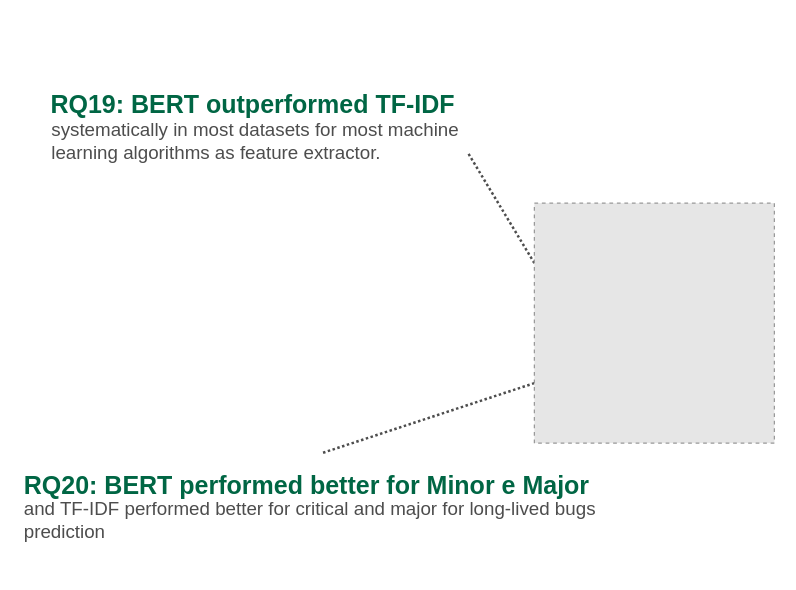
Earlier version of the draw.io diagram page "goal-3-research-results" (15 of 20) of figures/Presentation Figures.drawio (gomesluiz/my-doctoral-presentation). Source tidied: cells renumbered, new cells numbered last; positions are measured from the earlier drawing's top-left corner, leaving out a move shared by most shapes. Both pictures are drawn from the tidied source at 125%, with x=0, y=0 at pixel (21, 78). Pictures stored in the file or linked from it are replaced by grey dashed boxes.
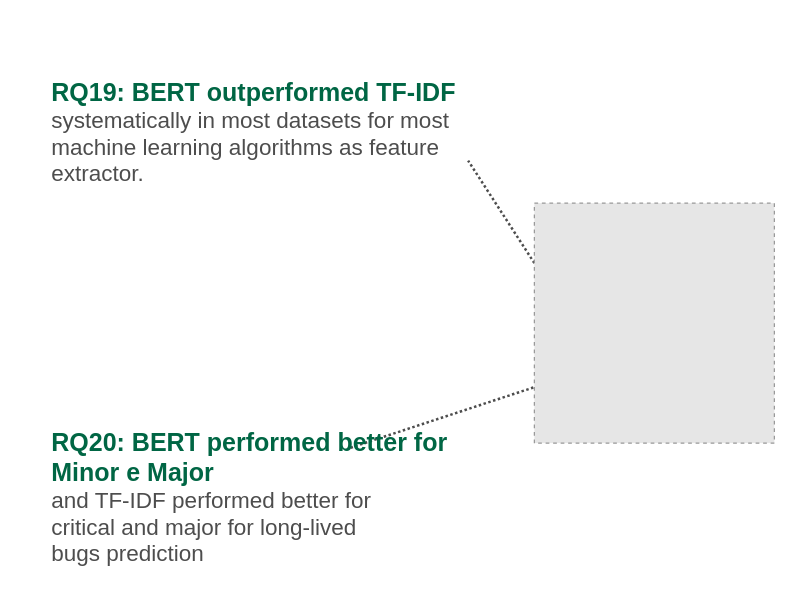
The same diagram, later.

The edit, as a diff of the source:
```diff
@@
 <mxGraphModel>
   <root>
     <mxCell id="0" />
     <mxCell id="1" parent="0" />
-    <mxCell id="2" value="&lt;font size=&quot;1&quot;&gt;&lt;b style=&quot;font-size: 20px&quot;&gt;RQ19: BERT outperformed TF-IDF&lt;/b&gt;&lt;/font&gt;" style="text;html=1;strokeColor=none;fillColor=none;align=center;verticalAlign=middle;whiteSpace=wrap;rounded=0;fontSize=69;fontColor=#006644;" parent="1" vertex="1">
-      <mxGeometry x="20" width="330" height="10" as="geometry" />
+    <mxCell id="2" value="&lt;font size=&quot;1&quot;&gt;&lt;b style=&quot;font-size: 20px&quot;&gt;RQ19: BERT outperformed TF-IDF&lt;/b&gt;&lt;/font&gt;" style="text;html=1;strokeColor=none;fillColor=none;align=left;verticalAlign=middle;whiteSpace=wrap;rounded=0;fontSize=69;fontColor=#006644;" parent="1" vertex="1">
+      <mxGeometry x="22" y="-34" width="400" height="60" as="geometry" />
     </mxCell>
     <mxCell id="3" style="edgeStyle=orthogonalEdgeStyle;rounded=0;orthogonalLoop=1;jettySize=auto;html=1;exitX=0.5;exitY=1;exitDx=0;exitDy=0;fontSize=69;fontColor=#4D4D4D;strokeColor=#4D4D4D;strokeWidth=3;" parent="1" edge="1">
       <mxGeometry relative="1" as="geometry">
         <mxPoint x="258" y="44.5" as="sourcePoint" />
         <mxPoint x="258" y="44.5" as="targetPoint" />
       </mxGeometry>
     </mxCell>
     <mxCell id="4" style="endArrow=none;dashed=1;html=1;fontSize=69;fontColor=#4D4D4D;strokeColor=#4D4D4D;strokeWidth=2;entryX=1;entryY=1;entryDx=0;entryDy=0;exitX=0;exitY=0.25;exitDx=0;exitDy=0;dashPattern=1 1;" parent="1" edge="1" source="8" target="9">
       <mxGeometry relative="1" as="geometry" />
     </mxCell>
     <mxCell id="5" style="edgeStyle=orthogonalEdgeStyle;rounded=0;orthogonalLoop=1;jettySize=auto;html=1;exitX=0.5;exitY=1;exitDx=0;exitDy=0;fontSize=69;fontColor=#4D4D4D;strokeColor=#4D4D4D;strokeWidth=3;" parent="1" edge="1">
       <mxGeometry relative="1" as="geometry">
-        <mxPoint x="65.5" y="378" as="sourcePoint" />
-        <mxPoint x="65.5" y="378" as="targetPoint" />
+        <mxPoint x="87.5" y="374" as="sourcePoint" />
+        <mxPoint x="87.5" y="374" as="targetPoint" />
       </mxGeometry>
     </mxCell>
-    <mxCell id="6" style="endArrow=none;dashed=1;html=1;fontSize=69;fontColor=#4D4D4D;strokeColor=#4D4D4D;strokeWidth=2;exitX=0;exitY=0.75;exitDx=0;exitDy=0;dashPattern=1 1;entryX=0.5;entryY=0;entryDx=0;entryDy=0;" parent="1" edge="1" source="8" target="7">
-      <mxGeometry relative="1" as="geometry" />
+    <mxCell id="6" style="endArrow=none;dashed=1;html=1;fontSize=69;fontColor=#4D4D4D;strokeColor=#4D4D4D;strokeWidth=2;exitX=0;exitY=0.75;exitDx=0;exitDy=0;dashPattern=1 1;entryX=0.5;entryY=0;entryDx=0;entryDy=0;" parent="1" edge="1">
+      <mxGeometry relative="1" as="geometry">
+        <mxPoint x="432" y="240" as="sourcePoint" />
+        <mxPoint x="262" y="296" as="targetPoint" />
+      </mxGeometry>
     </mxCell>
-    <mxCell id="7" value="&lt;font size=&quot;1&quot;&gt;&lt;b style=&quot;font-size: 20px&quot;&gt;RQ20: BERT performed better for Minor e Major&amp;nbsp; &amp;nbsp;&lt;/b&gt;&lt;/font&gt;" style="text;html=1;strokeColor=none;fillColor=none;align=left;verticalAlign=middle;whiteSpace=wrap;rounded=0;fontSize=69;fontColor=#006644;" parent="1" vertex="1">
-      <mxGeometry y="300" width="480" height="20" as="geometry" />
-    </mxCell>
     <mxCell id="8" style="fillColor=#E6E6E6;strokeColor=#999999;dashed=1;verticalLabelPosition=bottom;labelBackgroundColor=#ffffff;verticalAlign=top;" parent="1" vertex="1">
       <mxGeometry x="410" y="100" width="192" height="192" as="geometry" />
     </mxCell>
-    <mxCell id="9" value="&lt;span style=&quot;font-size: 15px&quot;&gt;&lt;font color=&quot;#4d4d4d&quot;&gt;systematically in most datasets for most machine learning algorithms as feature extractor.&lt;/font&gt;&lt;/span&gt;" style="text;html=1;strokeColor=none;fillColor=none;align=left;verticalAlign=middle;whiteSpace=wrap;rounded=0;" parent="1" vertex="1">
-      <mxGeometry x="22" y="40" width="335" height="20" as="geometry" />
+    <mxCell id="9" value="&lt;font color=&quot;#4d4d4d&quot; style=&quot;font-size: 18px&quot;&gt;systematically in most datasets for most machine learning algorithms as feature extractor.&lt;/font&gt;" style="text;html=1;strokeColor=none;fillColor=none;align=left;verticalAlign=middle;whiteSpace=wrap;rounded=0;" parent="1" vertex="1">
+      <mxGeometry x="22" y="46" width="335" height="20" as="geometry" />
     </mxCell>
-    <mxCell id="10" value="&lt;span style=&quot;color: rgb(77, 77, 77); font-size: 15px;&quot;&gt;and TF-IDF performed better for critical and major for long-lived bugs prediction&lt;/span&gt;" style="text;html=1;strokeColor=none;fillColor=none;align=left;verticalAlign=middle;whiteSpace=wrap;rounded=0;" parent="1" vertex="1">
-      <mxGeometry y="343" width="460" height="20" as="geometry" />
+    <mxCell id="10" value="&lt;span style=&quot;color: rgb(77 , 77 , 77)&quot;&gt;&lt;font style=&quot;font-size: 18px&quot;&gt;and TF-IDF performed better for critical and major for long-lived bugs prediction&lt;/font&gt;&lt;/span&gt;" style="text;html=1;strokeColor=none;fillColor=none;align=left;verticalAlign=middle;whiteSpace=wrap;rounded=0;" parent="1" vertex="1">
+      <mxGeometry x="22" y="350" width="290" height="20" as="geometry" />
     </mxCell>
+    <mxCell id="7" value="&lt;b style=&quot;color: rgb(0 , 102 , 68) ; font-size: 20px&quot;&gt;RQ20: BERT performed better for Minor e Major&amp;nbsp; &amp;nbsp;&lt;/b&gt;" style="text;html=1;strokeColor=none;fillColor=none;align=left;verticalAlign=middle;whiteSpace=wrap;rounded=0;fontSize=11;fontColor=#000000;" parent="1" vertex="1">
+      <mxGeometry x="22" y="288" width="320" height="30" as="geometry" />
+    </mxCell>
   </root>
 </mxGraphModel>
```
